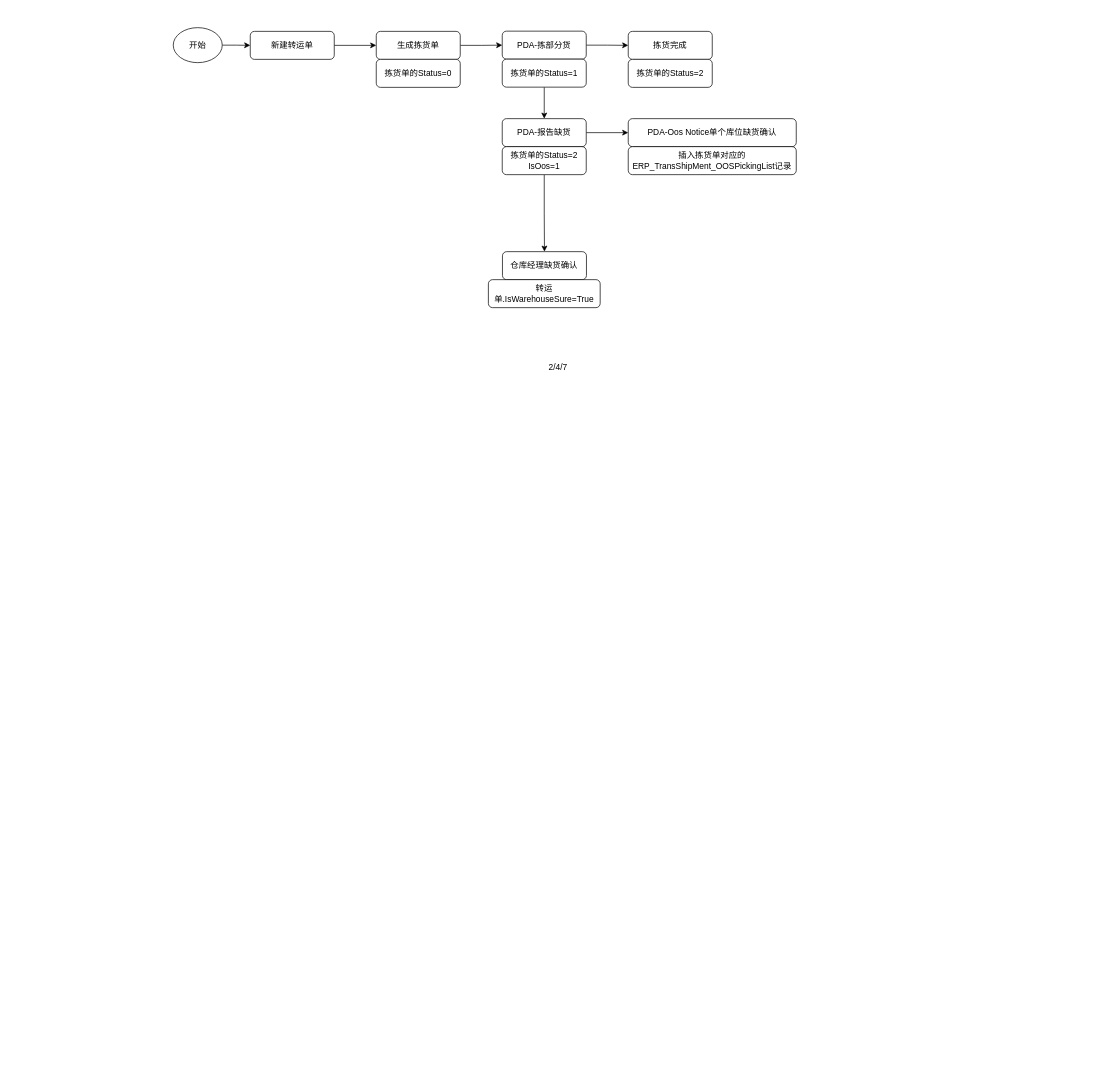
This is 转运流程.drawio from OJBK123/Draws, a draw.io file, before an edit. Source tidied: cells renumbered, new cells numbered last; positions are measured from the earlier drawing's top-left corner, leaving out a move shared by most shapes. Both pictures are drawn from the tidied source at 70%, with x=0, y=0 at pixel (173, 27).
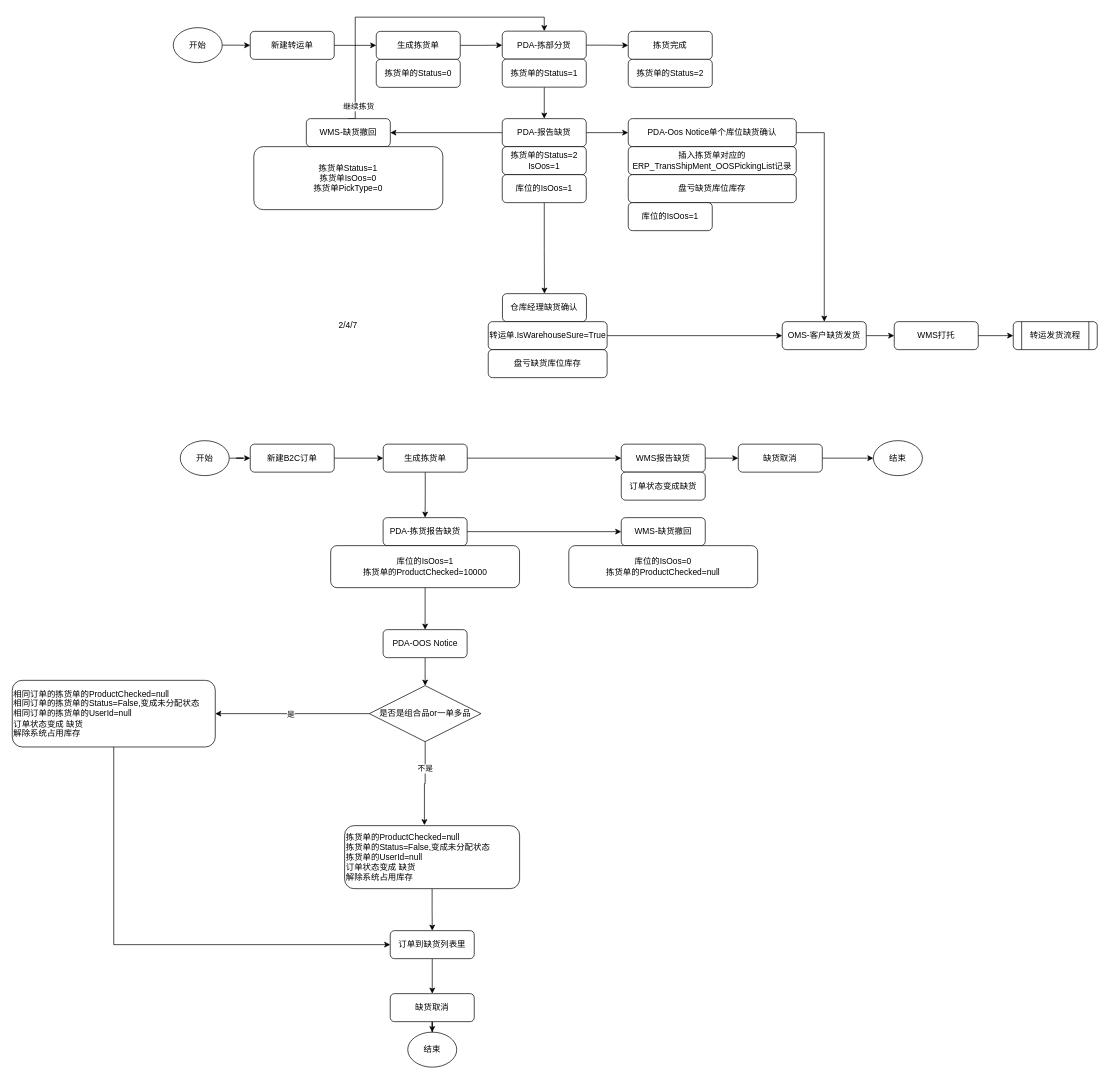
The same page after the edit.

Commit message:
更新转运流程.drawio

Unchanged cells that the change refers to:
```xml
<mxCell id="10" value="PDA-拣部分货" style="rounded=1;whiteSpace=wrap;html=1;fontSize=12;glass=0;strokeWidth=1;shadow=0;" parent="1" vertex="1">
  <mxGeometry x="470" y="5" width="120" height="40" as="geometry" />
</mxCell>
<mxCell id="16" value="PDA-报告缺货" style="rounded=1;whiteSpace=wrap;html=1;fontSize=12;glass=0;strokeWidth=1;shadow=0;" parent="1" vertex="1">
  <mxGeometry x="470" y="130" width="120" height="40" as="geometry" />
</mxCell>
<mxCell id="18" value="拣货单的Status=2&lt;div&gt;IsOos=1&lt;/div&gt;" style="rounded=1;whiteSpace=wrap;html=1;fontSize=12;glass=0;strokeWidth=1;shadow=0;" parent="1" vertex="1">
  <mxGeometry x="470" y="170" width="120" height="40" as="geometry" />
</mxCell>
<mxCell id="22" value="PDA-Oos Notice单个库位缺货确认" style="rounded=1;whiteSpace=wrap;html=1;fontSize=12;glass=0;strokeWidth=1;shadow=0;" parent="1" vertex="1">
  <mxGeometry x="650" y="130" width="240" height="40" as="geometry" />
</mxCell>
```

Diff of the diagram source:
```diff
@@
+    <mxCell id="24" style="edgeStyle=orthogonalEdgeStyle;rounded=0;jettySize=auto;html=1;exitX=0;exitY=0.5;exitDx=0;exitDy=0;" parent="1" edge="1" source="16" target="73">
+      <mxGeometry relative="1" as="geometry" />
+    </mxCell>
@@
-    <mxCell id="17" style="edgeStyle=orthogonalEdgeStyle;rounded=0;jettySize=auto;html=1;exitX=0.5;exitY=1;exitDx=0;exitDy=0;" parent="1" edge="1" source="18" target="20">
+    <mxCell id="17" style="edgeStyle=orthogonalEdgeStyle;rounded=0;jettySize=auto;html=1;exitX=0.5;exitY=1;exitDx=0;exitDy=0;" parent="1" edge="1" source="49" target="20">
       <mxGeometry relative="1" as="geometry" />
     </mxCell>
@@
     <mxCell id="19" value="2/4/7" style="text;html=1;whiteSpace=wrap;strokeColor=none;fillColor=none;align=center;verticalAlign=middle;rounded=0;" parent="1" vertex="1">
-      <mxGeometry x="520" y="470" width="60" height="30" as="geometry" />
+      <mxGeometry x="220.1" y="410" width="60" height="30" as="geometry" />
     </mxCell>
     <mxCell id="20" value="仓库经理缺货确认" style="rounded=1;whiteSpace=wrap;html=1;fontSize=12;glass=0;strokeWidth=1;shadow=0;" parent="1" vertex="1">
-      <mxGeometry x="470.3" y="320" width="120" height="40" as="geometry" />
+      <mxGeometry x="470.3" y="380" width="120" height="40" as="geometry" />
     </mxCell>
+    <mxCell id="25" style="edgeStyle=orthogonalEdgeStyle;rounded=0;jettySize=auto;html=1;exitX=1;exitY=0.5;exitDx=0;exitDy=0;" parent="1" edge="1" source="21" target="43">
+      <mxGeometry relative="1" as="geometry" />
+    </mxCell>
     <mxCell id="21" value="转运单.IsWarehouseSure=True" style="rounded=1;whiteSpace=wrap;html=1;fontSize=12;glass=0;strokeWidth=1;shadow=0;" parent="1" vertex="1">
-      <mxGeometry x="450.2" y="360" width="159.7" height="40" as="geometry" />
+      <mxGeometry x="450" y="420" width="169.8" height="40" as="geometry" />
     </mxCell>
+    <mxCell id="26" style="edgeStyle=orthogonalEdgeStyle;rounded=0;jettySize=auto;html=1;exitX=1;exitY=0.5;exitDx=0;exitDy=0;entryX=0.5;entryY=0;entryDx=0;entryDy=0;" parent="1" edge="1" source="22" target="43">
+      <mxGeometry relative="1" as="geometry" />
+    </mxCell>
@@
+    <mxCell id="27" style="edgeStyle=orthogonalEdgeStyle;rounded=0;jettySize=auto;html=1;exitX=1;exitY=0.5;exitDx=0;exitDy=0;" parent="1" edge="1" source="28" target="30">
+      <mxGeometry relative="1" as="geometry" />
+    </mxCell>
+    <mxCell id="28" value="开始" style="ellipse;whiteSpace=wrap;html=1;" parent="1" vertex="1">
+      <mxGeometry x="10" y="590" width="70" height="50" as="geometry" />
+    </mxCell>
+    <mxCell id="29" style="edgeStyle=orthogonalEdgeStyle;rounded=0;jettySize=auto;html=1;exitX=1;exitY=0.5;exitDx=0;exitDy=0;" parent="1" edge="1" source="30" target="33">
+      <mxGeometry relative="1" as="geometry" />
+    </mxCell>
+    <mxCell id="30" value="新建B2C订单" style="rounded=1;whiteSpace=wrap;html=1;fontSize=12;glass=0;strokeWidth=1;shadow=0;" parent="1" vertex="1">
+      <mxGeometry x="110" y="595" width="120" height="40" as="geometry" />
+    </mxCell>
+    <mxCell id="31" style="edgeStyle=orthogonalEdgeStyle;rounded=0;jettySize=auto;html=1;exitX=1;exitY=0.5;exitDx=0;exitDy=0;" parent="1" edge="1" source="33" target="35">
+      <mxGeometry relative="1" as="geometry" />
+    </mxCell>
+    <mxCell id="32" style="edgeStyle=orthogonalEdgeStyle;rounded=0;jettySize=auto;html=1;exitX=0.5;exitY=1;exitDx=0;exitDy=0;" parent="1" edge="1" source="33" target="41">
+      <mxGeometry relative="1" as="geometry" />
+    </mxCell>
+    <mxCell id="33" value="生成拣货单" style="rounded=1;whiteSpace=wrap;html=1;fontSize=12;glass=0;strokeWidth=1;shadow=0;" parent="1" vertex="1">
+      <mxGeometry x="300" y="595" width="120" height="40" as="geometry" />
+    </mxCell>
+    <mxCell id="34" style="edgeStyle=orthogonalEdgeStyle;rounded=0;jettySize=auto;html=1;exitX=1;exitY=0.5;exitDx=0;exitDy=0;" parent="1" edge="1" source="35" target="38">
+      <mxGeometry relative="1" as="geometry" />
+    </mxCell>
+    <mxCell id="35" value="WMS报告缺货" style="rounded=1;whiteSpace=wrap;html=1;fontSize=12;glass=0;strokeWidth=1;shadow=0;" parent="1" vertex="1">
+      <mxGeometry x="640" y="595" width="120" height="40" as="geometry" />
+    </mxCell>
+    <mxCell id="36" value="订单状态变成缺货" style="rounded=1;whiteSpace=wrap;html=1;fontSize=12;glass=0;strokeWidth=1;shadow=0;" parent="1" vertex="1">
+      <mxGeometry x="640" y="635" width="120" height="40" as="geometry" />
+    </mxCell>
+    <mxCell id="37" style="edgeStyle=orthogonalEdgeStyle;rounded=0;jettySize=auto;html=1;exitX=1;exitY=0.5;exitDx=0;exitDy=0;" parent="1" edge="1" source="38" target="39">
+      <mxGeometry relative="1" as="geometry" />
+    </mxCell>
+    <mxCell id="38" value="缺货取消" style="rounded=1;whiteSpace=wrap;html=1;fontSize=12;glass=0;strokeWidth=1;shadow=0;" parent="1" vertex="1">
+      <mxGeometry x="807.2" y="595" width="120" height="40" as="geometry" />
+    </mxCell>
+    <mxCell id="39" value="结束" style="ellipse;whiteSpace=wrap;html=1;" parent="1" vertex="1">
+      <mxGeometry x="1000.2" y="590" width="70" height="50" as="geometry" />
+    </mxCell>
+    <mxCell id="40" style="edgeStyle=orthogonalEdgeStyle;rounded=0;jettySize=auto;html=1;exitX=1;exitY=0.5;exitDx=0;exitDy=0;" parent="1" edge="1" source="41" target="69">
+      <mxGeometry relative="1" as="geometry" />
+    </mxCell>
+    <mxCell id="41" value="PDA-拣货报告缺货" style="rounded=1;whiteSpace=wrap;html=1;fontSize=12;glass=0;strokeWidth=1;shadow=0;" parent="1" vertex="1">
+      <mxGeometry x="299.8" y="700" width="120" height="40" as="geometry" />
+    </mxCell>
+    <mxCell id="42" style="edgeStyle=orthogonalEdgeStyle;rounded=0;jettySize=auto;html=1;exitX=1;exitY=0.5;exitDx=0;exitDy=0;" parent="1" edge="1" source="43" target="47">
+      <mxGeometry relative="1" as="geometry" />
+    </mxCell>
+    <mxCell id="43" value="OMS-客户缺货发货" style="rounded=1;whiteSpace=wrap;html=1;fontSize=12;glass=0;strokeWidth=1;shadow=0;" parent="1" vertex="1">
+      <mxGeometry x="870" y="420" width="120" height="40" as="geometry" />
+    </mxCell>
+    <mxCell id="44" value="盘亏缺货库位库存" style="rounded=1;whiteSpace=wrap;html=1;fontSize=12;glass=0;strokeWidth=1;shadow=0;" parent="1" vertex="1">
+      <mxGeometry x="450" y="460" width="169.8" height="40" as="geometry" />
+    </mxCell>
+    <mxCell id="45" value="盘亏缺货库位库存" style="rounded=1;whiteSpace=wrap;html=1;fontSize=12;glass=0;strokeWidth=1;shadow=0;" parent="1" vertex="1">
+      <mxGeometry x="650" y="210" width="240" height="40" as="geometry" />
+    </mxCell>
+    <mxCell id="46" style="edgeStyle=orthogonalEdgeStyle;rounded=0;jettySize=auto;html=1;exitX=1;exitY=0.5;exitDx=0;exitDy=0;" parent="1" edge="1" source="47" target="48">
+      <mxGeometry relative="1" as="geometry" />
+    </mxCell>
+    <mxCell id="47" value="WMS打托" style="rounded=1;whiteSpace=wrap;html=1;fontSize=12;glass=0;strokeWidth=1;shadow=0;" parent="1" vertex="1">
+      <mxGeometry x="1030" y="420" width="120" height="40" as="geometry" />
+    </mxCell>
+    <mxCell id="48" value="转运发货流程" style="rounded=1;whiteSpace=wrap;html=1;fontSize=12;glass=0;strokeWidth=1;shadow=0;shape=process;backgroundOutline=1;" parent="1" vertex="1">
+      <mxGeometry x="1200" y="420" width="120" height="40" as="geometry" />
+    </mxCell>
+    <mxCell id="49" value="库位的IsOos=1" style="rounded=1;whiteSpace=wrap;html=1;fontSize=12;glass=0;strokeWidth=1;shadow=0;" parent="1" vertex="1">
+      <mxGeometry x="470" y="210" width="120" height="40" as="geometry" />
+    </mxCell>
+    <mxCell id="50" value="库位的IsOos=1" style="rounded=1;whiteSpace=wrap;html=1;fontSize=12;glass=0;strokeWidth=1;shadow=0;" parent="1" vertex="1">
+      <mxGeometry x="650" y="250" width="120" height="40" as="geometry" />
+    </mxCell>
+    <mxCell id="51" style="edgeStyle=orthogonalEdgeStyle;rounded=0;jettySize=auto;html=1;exitX=0.5;exitY=1;exitDx=0;exitDy=0;entryX=0.5;entryY=0;entryDx=0;entryDy=0;" parent="1" edge="1" source="52" target="56">
+      <mxGeometry relative="1" as="geometry" />
+    </mxCell>
+    <mxCell id="52" value="库位的IsOos=1&lt;div&gt;拣货单的ProductChecked=10000&lt;br&gt;&lt;/div&gt;" style="rounded=1;whiteSpace=wrap;html=1;fontSize=12;glass=0;strokeWidth=1;shadow=0;" parent="1" vertex="1">
+      <mxGeometry x="224.9" y="740" width="269.8" height="60" as="geometry" />
+    </mxCell>
+    <mxCell id="53" style="edgeStyle=orthogonalEdgeStyle;rounded=0;jettySize=auto;html=1;exitX=0.5;exitY=1;exitDx=0;exitDy=0;" parent="1" edge="1" source="54" target="65">
+      <mxGeometry relative="1" as="geometry" />
+    </mxCell>
+    <mxCell id="54" value="拣货单的ProductChecked=null&lt;div&gt;拣货单的Status=False,变成未分配状态&lt;/div&gt;&lt;div&gt;拣货单的UserId=null&lt;/div&gt;&lt;div&gt;订单状态变成 缺货&amp;nbsp;&lt;/div&gt;&lt;div&gt;解除系统占用库存&lt;/div&gt;" style="rounded=1;whiteSpace=wrap;html=1;fontSize=12;glass=0;strokeWidth=1;shadow=0;align=left;" parent="1" vertex="1">
+      <mxGeometry x="244.8" y="1140" width="250" height="90" as="geometry" />
+    </mxCell>
+    <mxCell id="55" style="edgeStyle=orthogonalEdgeStyle;rounded=0;jettySize=auto;html=1;exitX=0.5;exitY=1;exitDx=0;exitDy=0;" parent="1" edge="1" source="56" target="59">
+      <mxGeometry relative="1" as="geometry" />
+    </mxCell>
+    <mxCell id="56" value="PDA-OOS Notice" style="rounded=1;whiteSpace=wrap;html=1;fontSize=12;glass=0;strokeWidth=1;shadow=0;" parent="1" vertex="1">
+      <mxGeometry x="299.8" y="860" width="120" height="40" as="geometry" />
+    </mxCell>
+    <mxCell id="57" style="edgeStyle=orthogonalEdgeStyle;rounded=0;jettySize=auto;html=1;exitX=0;exitY=0.5;exitDx=0;exitDy=0;" parent="1" edge="1" source="59" target="63">
+      <mxGeometry relative="1" as="geometry" />
+    </mxCell>
+    <mxCell id="58" value="是" style="edgeLabel;html=1;align=center;verticalAlign=middle;" parent="57" vertex="1">
+      <mxGeometry x="0.03" relative="1" as="geometry" />
+    </mxCell>
+    <mxCell id="59" value="是否是组合品or一单多品" style="rhombus;whiteSpace=wrap;html=1;" parent="1" vertex="1">
+      <mxGeometry x="280.1" y="940" width="159.5" height="80" as="geometry" />
+    </mxCell>
+    <mxCell id="60" style="edgeStyle=orthogonalEdgeStyle;rounded=0;jettySize=auto;html=1;entryX=0.456;entryY=-0.008;entryDx=0;entryDy=0;entryPerimeter=0;" parent="1" edge="1" source="59" target="54">
+      <mxGeometry relative="1" as="geometry" />
+    </mxCell>
+    <mxCell id="61" value="不是" style="edgeLabel;html=1;align=center;verticalAlign=middle;" parent="60" vertex="1">
+      <mxGeometry x="-0.35" relative="1" as="geometry" />
+    </mxCell>
+    <mxCell id="62" style="edgeStyle=orthogonalEdgeStyle;rounded=0;jettySize=auto;html=1;exitX=0.5;exitY=1;exitDx=0;exitDy=0;entryX=0;entryY=0.5;entryDx=0;entryDy=0;" parent="1" edge="1" source="63" target="65">
+      <mxGeometry relative="1" as="geometry" />
+    </mxCell>
+    <mxCell id="63" value="相同订单的拣货单的ProductChecked=null&lt;br&gt;&lt;div&gt;&lt;span style=&quot;background-color: transparent;&quot;&gt;相同订单的&lt;/span&gt;拣货单的Status=False,变成未分配状态&lt;/div&gt;&lt;div&gt;&lt;span style=&quot;background-color: transparent;&quot;&gt;相同订单的&lt;/span&gt;拣货单的UserId=null&lt;/div&gt;&lt;div&gt;订单状态变成 缺货&amp;nbsp;&lt;/div&gt;&lt;div&gt;解除系统占用库存&lt;/div&gt;" style="rounded=1;whiteSpace=wrap;html=1;fontSize=12;glass=0;strokeWidth=1;shadow=0;align=left;" parent="1" vertex="1">
+      <mxGeometry x="-230" y="932.4" width="290" height="95.2" as="geometry" />
+    </mxCell>
+    <mxCell id="64" style="edgeStyle=orthogonalEdgeStyle;rounded=0;jettySize=auto;html=1;exitX=0.5;exitY=1;exitDx=0;exitDy=0;" parent="1" edge="1" source="65" target="67">
+      <mxGeometry relative="1" as="geometry" />
+    </mxCell>
+    <mxCell id="65" value="订单到缺货列表里" style="rounded=1;whiteSpace=wrap;html=1;fontSize=12;glass=0;strokeWidth=1;shadow=0;" parent="1" vertex="1">
+      <mxGeometry x="310" y="1290" width="120" height="40" as="geometry" />
+    </mxCell>
+    <mxCell id="66" style="edgeStyle=orthogonalEdgeStyle;rounded=0;jettySize=auto;html=1;exitX=0.5;exitY=1;exitDx=0;exitDy=0;" parent="1" edge="1" source="67" target="68">
+      <mxGeometry relative="1" as="geometry" />
+    </mxCell>
+    <mxCell id="67" value="缺货取消" style="rounded=1;whiteSpace=wrap;html=1;fontSize=12;glass=0;strokeWidth=1;shadow=0;" parent="1" vertex="1">
+      <mxGeometry x="310" y="1380" width="120" height="40" as="geometry" />
+    </mxCell>
+    <mxCell id="68" value="结束" style="ellipse;whiteSpace=wrap;html=1;" parent="1" vertex="1">
+      <mxGeometry x="335" y="1435" width="70" height="50" as="geometry" />
+    </mxCell>
+    <mxCell id="69" value="WMS-缺货撤回" style="rounded=1;whiteSpace=wrap;html=1;fontSize=12;glass=0;strokeWidth=1;shadow=0;" parent="1" vertex="1">
+      <mxGeometry x="640" y="700" width="120" height="40" as="geometry" />
+    </mxCell>
+    <mxCell id="70" value="库位的IsOos=0&lt;div&gt;拣货单的ProductChecked=null&lt;br&gt;&lt;/div&gt;" style="rounded=1;whiteSpace=wrap;html=1;fontSize=12;glass=0;strokeWidth=1;shadow=0;" parent="1" vertex="1">
+      <mxGeometry x="565.1" y="740" width="269.8" height="60" as="geometry" />
+    </mxCell>
+    <mxCell id="71" style="edgeStyle=orthogonalEdgeStyle;rounded=0;jettySize=auto;html=1;exitX=0.5;exitY=0;exitDx=0;exitDy=0;entryX=0.5;entryY=0;entryDx=0;entryDy=0;" parent="1" edge="1" source="73" target="10">
+      <mxGeometry relative="1" as="geometry">
+        <Array as="points">
+          <mxPoint x="260" y="130" />
+          <mxPoint x="260" y="-15" />
+          <mxPoint x="530" y="-15" />
+        </Array>
+      </mxGeometry>
+    </mxCell>
+    <mxCell id="72" value="继续拣货" style="edgeLabel;html=1;align=center;verticalAlign=middle;" parent="71" vertex="1">
+      <mxGeometry x="-0.88" y="-4" relative="1" as="geometry" />
+    </mxCell>
+    <mxCell id="73" value="WMS-缺货撤回" style="rounded=1;whiteSpace=wrap;html=1;fontSize=12;glass=0;strokeWidth=1;shadow=0;" parent="1" vertex="1">
+      <mxGeometry x="190.1" y="130" width="120" height="40" as="geometry" />
+    </mxCell>
+    <mxCell id="74" value="拣货单Status=1&lt;div&gt;拣货单IsOos=0&lt;/div&gt;&lt;div&gt;拣货单PickType=0&lt;/div&gt;" style="rounded=1;whiteSpace=wrap;html=1;fontSize=12;glass=0;strokeWidth=1;shadow=0;" parent="1" vertex="1">
+      <mxGeometry x="115.1" y="170" width="270" height="90" as="geometry" />
+    </mxCell>
```
